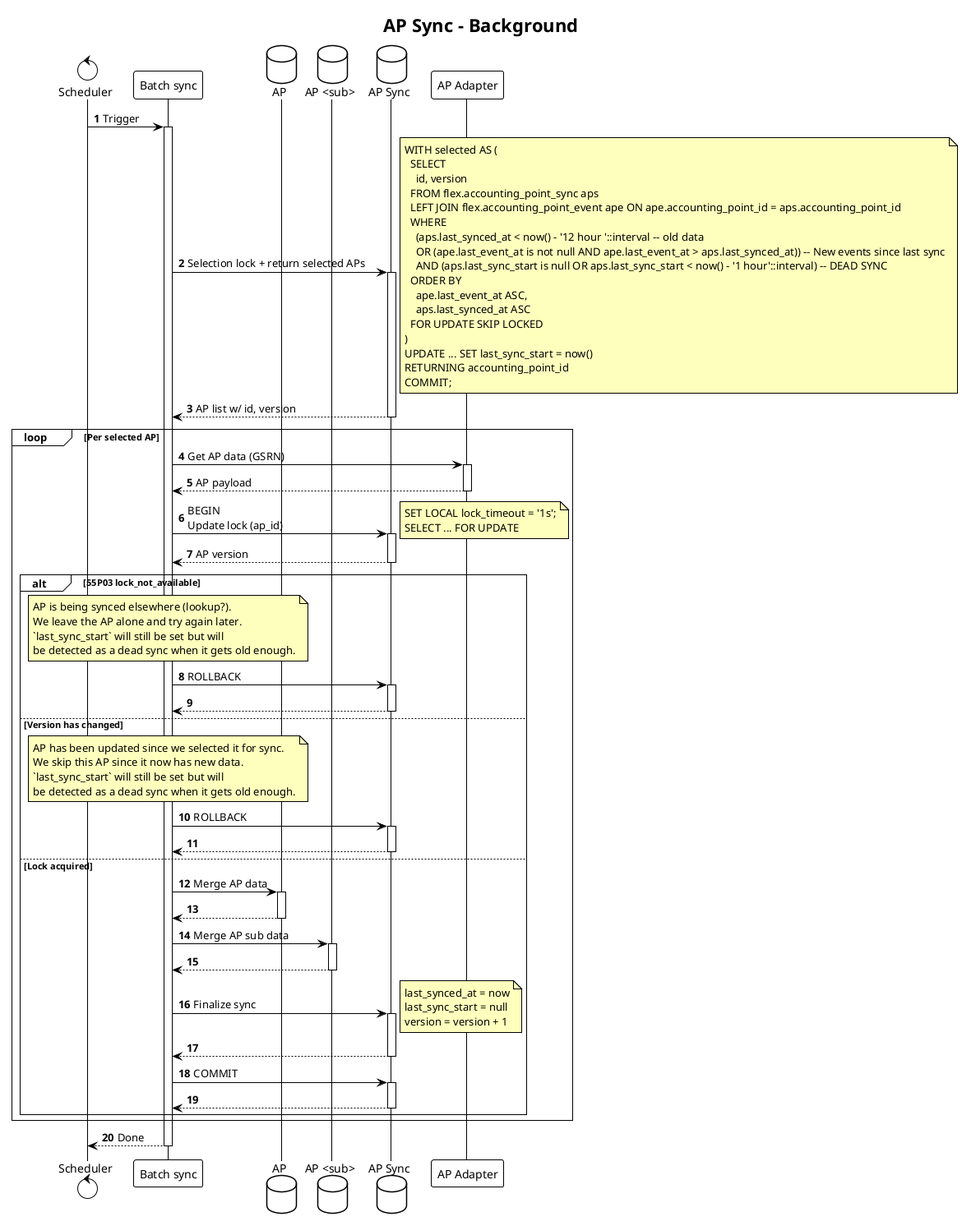
Earlier version of the PlantUML export docs/diagrams/accounting-point-sync-background.png (elhub/flex-information-system). Its diagram source:
```plantuml
@startuml accounting-point-sync-background
!theme plain

title AP Sync - Background

autonumber
autoactivate on
skinparam note {
    BackgroundColor #FFFFBD
}

control "Scheduler" as SCH
participant "Batch sync" as BS
database "AP" as AP
database "AP <sub>" as APSUB
database "AP Sync" as APS
participant "AP Adapter" as APA

SCH -> BS: Trigger
BS -> APS: Selection lock + return selected APs
note right
    WITH selected AS (
      SELECT
        id, version
      FROM flex.accounting_point_sync aps
      LEFT JOIN flex.accounting_point_event ape ON ape.accounting_point_id = aps.accounting_point_id
      WHERE
        (aps.last_synced_at < now() - '12 hour '::interval -- old data
        OR (ape.last_event_at is not null AND ape.last_event_at > aps.last_synced_at)) -- New events since last sync
        AND (aps.last_sync_start is null OR aps.last_sync_start < now() - '1 hour'::interval) -- DEAD SYNC
      ORDER BY
        ape.last_event_at ASC,
        aps.last_synced_at ASC
      FOR UPDATE SKIP LOCKED
    )
    UPDATE ... SET last_sync_start = now()
    RETURNING accounting_point_id
    COMMIT;
end note
APS --> BS: AP list w/ id, version

loop Per selected AP
    BS -> APA: Get AP data (GSRN)
    APA --> BS: AP payload

    BS -> APS: BEGIN\nUpdate lock (ap_id)
    note right
        SET LOCAL lock_timeout = '1s';
        SELECT ... FOR UPDATE
    end note
    return AP version

    alt 55P03 lock_not_available
        note over BS
            AP is being synced elsewhere (lookup?).
            We leave the AP alone and try again later.
            `last_sync_start` will still be set but will
            be detected as a dead sync when it gets old enough.
        end note
        BS -> APS: ROLLBACK
        return
    else Version has changed
        note over BS
            AP has been updated since we selected it for sync.
            We skip this AP since it now has new data.
            `last_sync_start` will still be set but will
            be detected as a dead sync when it gets old enough.
        end note
        BS -> APS: ROLLBACK
        return
    else Lock acquired
        BS -> AP: Merge AP data
        return
        BS -> APSUB: Merge AP sub data
        return
        BS -> APS: Finalize sync
        note right
            last_synced_at = now
            last_sync_start = null
            version = version + 1
        end note
        return
        BS -> APS: COMMIT
        return
    end
end

BS --> SCH: Done
@enduml
```
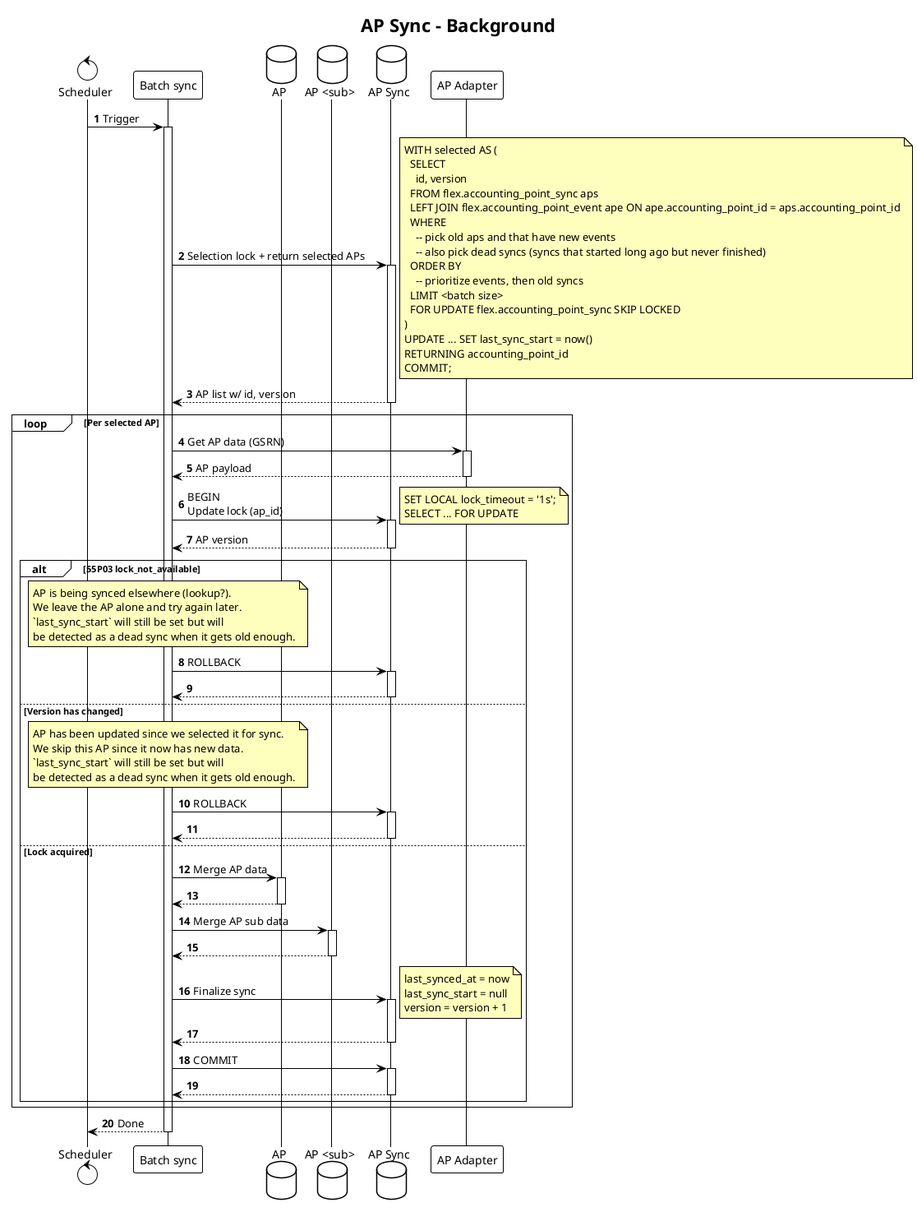
After the change.

Commit message:
fix: render latest version of plantuml to png (FLEX-1068)

The edit, as a diff of the source:
```diff
@@ -25,13 +25,12 @@
       FROM flex.accounting_point_sync aps
       LEFT JOIN flex.accounting_point_event ape ON ape.accounting_point_id = aps.accounting_point_id
       WHERE
-        (aps.last_synced_at < now() - '12 hour '::interval -- old data
-        OR (ape.last_event_at is not null AND ape.last_event_at > aps.last_synced_at)) -- New events since last sync
-        AND (aps.last_sync_start is null OR aps.last_sync_start < now() - '1 hour'::interval) -- DEAD SYNC
+        -- pick old aps and that have new events
+        -- also pick dead syncs (syncs that started long ago but never finished)
       ORDER BY
-        ape.last_event_at ASC,
-        aps.last_synced_at ASC
-      FOR UPDATE SKIP LOCKED
+        -- prioritize events, then old syncs
+      LIMIT <batch size>
+      FOR UPDATE flex.accounting_point_sync SKIP LOCKED
     )
     UPDATE ... SET last_sync_start = now()
     RETURNING accounting_point_id
```
